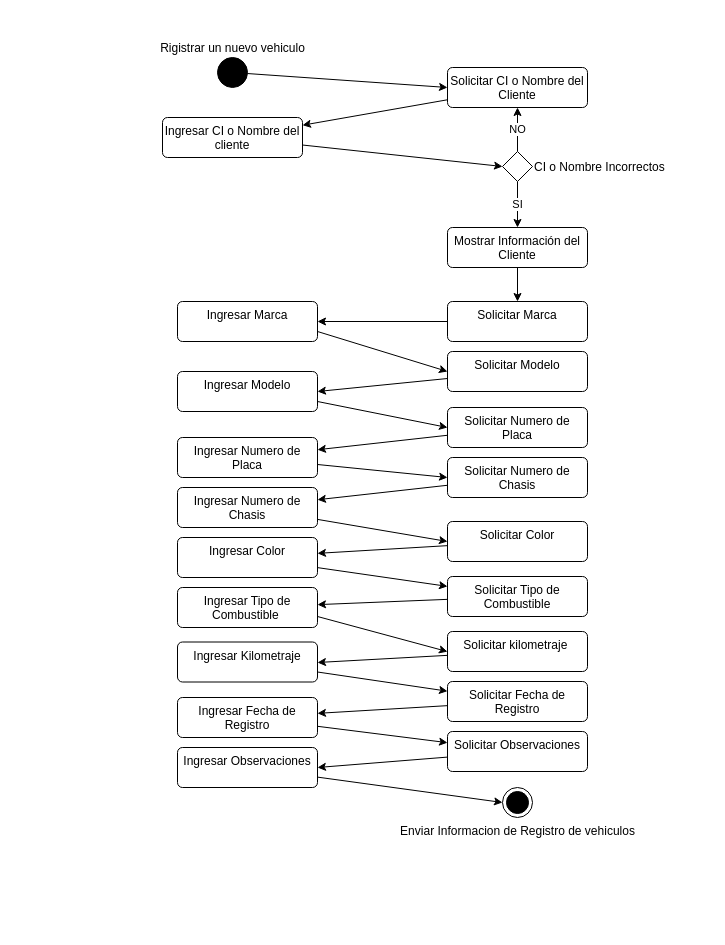
The draw.io diagram SWGT/Diagramde actividaes/2/Diagrama sin título.drawio in ARCANIK78/-draw-software-architecture, before the edit. Source tidied: cells renumbered, new cells numbered last; positions are measured from the earlier drawing's top-left corner, leaving out a move shared by most shapes. Both pictures are drawn from the tidied source at 100%, with x=0, y=0 at pixel (162, 57).
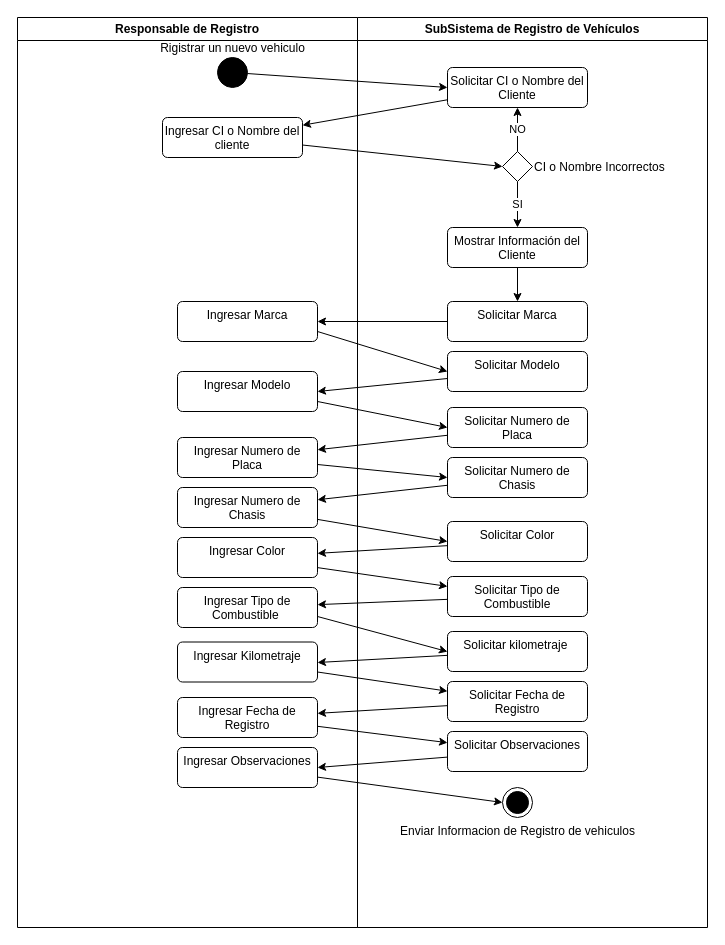
The same diagram, later.

Diff of the diagram source:
```diff
@@
+    <mxCell id="50" value="Responsable de Registro" style="swimlane;whiteSpace=wrap;html=1;" parent="1" vertex="1">
+      <mxGeometry x="-145" y="-40" width="340" height="910" as="geometry" />
+    </mxCell>
+    <mxCell id="51" value="SubSistema de Registro de Vehículos" style="swimlane;whiteSpace=wrap;html=1;" parent="1" vertex="1">
+      <mxGeometry x="195" y="-40" width="350" height="910" as="geometry" />
+    </mxCell>
```
